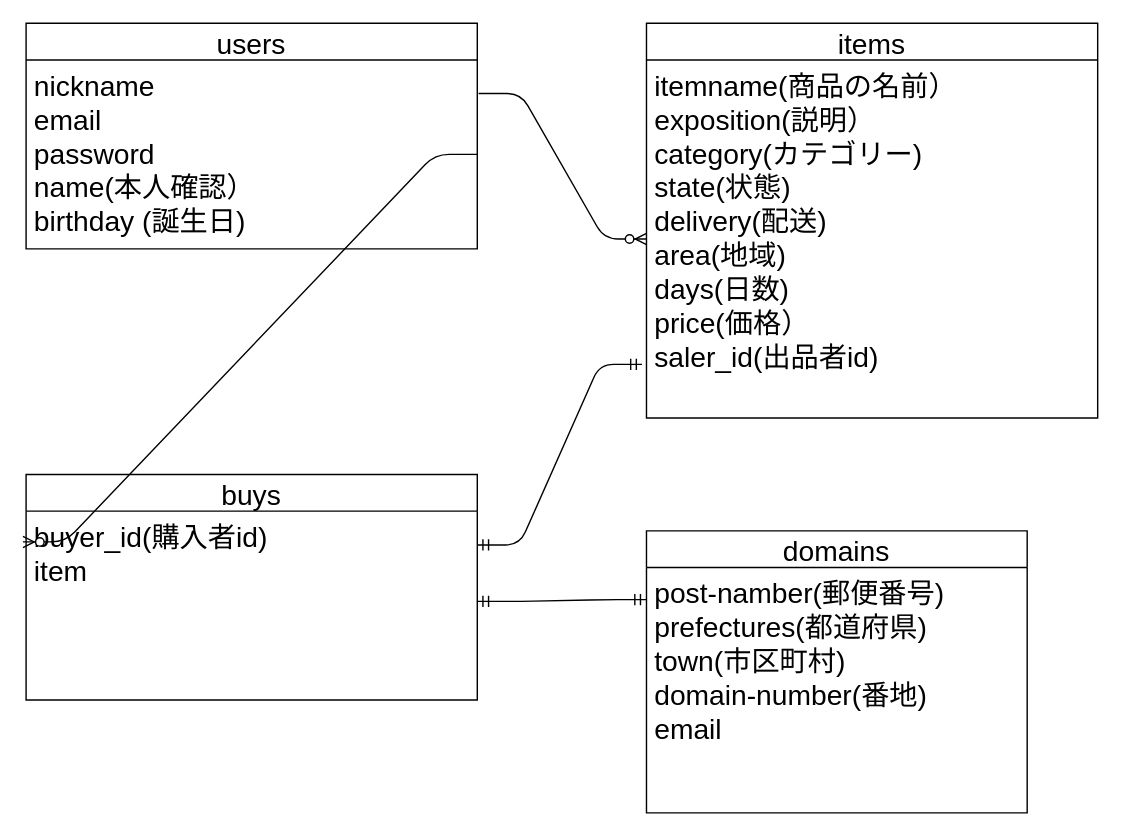
This is test.dio from satotech-prog/furima-31098, a draw.io file, before an edit. Source tidied: cells renumbered, new cells numbered last; positions are measured from the earlier drawing's top-left corner, leaving out a move shared by most shapes. Both pictures are drawn from the tidied source at 141%, with x=0, y=0 at pixel (25, 23).
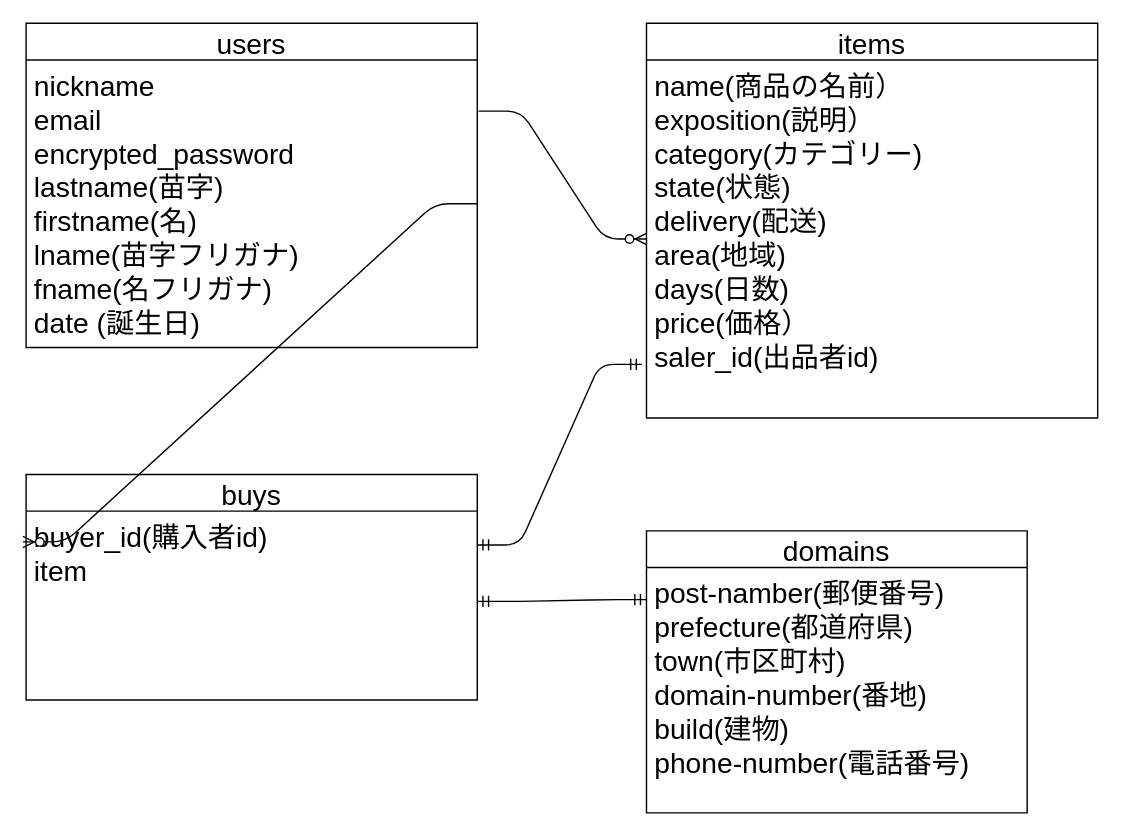
Above is the later version.

Commit message (it also covers changes not shown here):
データベース修正

The edit, as a diff of the source:
```diff
@@
 <mxGraphModel>
   <root>
     <mxCell id="0" />
     <mxCell id="1" parent="0" />
     <mxCell id="2" value="users" style="swimlane;fontStyle=0;horizontal=1;startSize=26;align=center;fontSize=20;" parent="1" vertex="1">
-      <mxGeometry width="320" height="160" as="geometry" />
+      <mxGeometry width="320" height="230" as="geometry" />
     </mxCell>
-    <mxCell id="3" value="nickname&#10;email&#10;password&#10;name(本人確認）&#10;birthday (誕生日)&#10;" style="text;strokeColor=none;fillColor=none;spacingLeft=4;spacingRight=4;overflow=hidden;points=[[0,0.5],[1,0.5]];portConstraint=eastwest;fontSize=20;" parent="2" vertex="1">
-      <mxGeometry y="26" width="320" height="134" as="geometry" />
+    <mxCell id="3" value="nickname&#10;email&#10;encrypted_password&#10;lastname(苗字)&#10;firstname(名)&#10;lname(苗字フリガナ)&#10;fname(名フリガナ)&#10;date (誕生日)&#10;" style="text;strokeColor=none;fillColor=none;spacingLeft=4;spacingRight=4;overflow=hidden;points=[[0,0.5],[1,0.5]];portConstraint=eastwest;fontSize=20;" parent="2" vertex="1">
+      <mxGeometry y="26" width="320" height="204" as="geometry" />
     </mxCell>
     <mxCell id="4" value="items" style="swimlane;fontStyle=0;horizontal=1;startSize=26;align=center;fontSize=20;" parent="1" vertex="1">
       <mxGeometry x="440" width="320" height="280" as="geometry" />
     </mxCell>
-    <mxCell id="5" value="itemname(商品の名前）&#10;exposition(説明）&#10;category(カテゴリー)&#10;state(状態)&#10;delivery(配送)&#10;area(地域)&#10;days(日数)&#10;price(価格）&#10;saler_id(出品者id)" style="text;strokeColor=none;fillColor=none;spacingLeft=4;spacingRight=4;overflow=hidden;points=[[0,0.5],[1,0.5]];portConstraint=eastwest;fontSize=20;" parent="4" vertex="1">
+    <mxCell id="5" value="name(商品の名前）&#10;exposition(説明）&#10;category(カテゴリー)&#10;state(状態)&#10;delivery(配送)&#10;area(地域)&#10;days(日数)&#10;price(価格）&#10;saler_id(出品者id)" style="text;strokeColor=none;fillColor=none;spacingLeft=4;spacingRight=4;overflow=hidden;points=[[0,0.5],[1,0.5]];portConstraint=eastwest;fontSize=20;" parent="4" vertex="1">
       <mxGeometry y="26" width="320" height="254" as="geometry" />
     </mxCell>
     <mxCell id="6" value="buys" style="swimlane;fontStyle=0;horizontal=1;startSize=26;align=center;fontSize=20;" parent="1" vertex="1">
       <mxGeometry y="320" width="320" height="160" as="geometry" />
     </mxCell>
     <mxCell id="7" value="buyer_id(購入者id)&#10;item&#10;" style="text;strokeColor=none;fillColor=none;spacingLeft=4;spacingRight=4;overflow=hidden;points=[[0,0.5],[1,0.5]];portConstraint=eastwest;fontSize=20;" parent="6" vertex="1">
       <mxGeometry y="26" width="320" height="134" as="geometry" />
     </mxCell>
     <mxCell id="8" value="domains" style="swimlane;fontStyle=0;horizontal=1;startSize=26;align=center;fontSize=20;" parent="1" vertex="1">
       <mxGeometry x="440" y="360" width="270" height="200" as="geometry" />
     </mxCell>
-    <mxCell id="9" value="post-namber(郵便番号)&#10;prefectures(都道府県)&#10;town(市区町村)&#10;domain-number(番地)&#10;email" style="text;strokeColor=none;fillColor=none;spacingLeft=4;spacingRight=4;overflow=hidden;points=[[0,0.5],[1,0.5]];portConstraint=eastwest;fontSize=20;" parent="8" vertex="1">
+    <mxCell id="9" value="post-namber(郵便番号)&#10;prefecture(都道府県)&#10;town(市区町村)&#10;domain-number(番地)&#10;build(建物)&#10;phone-number(電話番号)" style="text;strokeColor=none;fillColor=none;spacingLeft=4;spacingRight=4;overflow=hidden;points=[[0,0.5],[1,0.5]];portConstraint=eastwest;fontSize=20;" parent="8" vertex="1">
       <mxGeometry y="26" width="270" height="174" as="geometry" />
     </mxCell>
     <mxCell id="10" style="edgeStyle=entityRelationEdgeStyle;fontSize=12;html=1;endArrow=ERmandOne;startArrow=ERmandOne;entryX=-0.001;entryY=0.131;entryDx=0;entryDy=0;entryPerimeter=0;" parent="1" edge="1" target="9">
       <mxGeometry relative="1" as="geometry">
         <mxPoint x="320" y="410" as="sourcePoint" />
       </mxGeometry>
     </mxCell>
     <mxCell id="11" style="edgeStyle=entityRelationEdgeStyle;fontSize=12;html=1;endArrow=ERzeroToMany;endFill=1;exitX=1.003;exitY=0.178;exitDx=0;exitDy=0;exitPerimeter=0;" parent="1" edge="1" source="3" target="5">
       <mxGeometry relative="1" as="geometry" />
     </mxCell>
     <mxCell id="12" style="edgeStyle=entityRelationEdgeStyle;fontSize=12;html=1;endArrow=ERzeroToMany;endFill=1;entryX=-0.007;entryY=0.163;entryDx=0;entryDy=0;entryPerimeter=0;exitX=1;exitY=0.5;exitDx=0;exitDy=0;" parent="1" edge="1" source="3" target="7">
       <mxGeometry relative="1" as="geometry" />
     </mxCell>
     <mxCell id="13" style="edgeStyle=entityRelationEdgeStyle;fontSize=12;html=1;endArrow=ERmandOne;startArrow=ERmandOne;entryX=-0.01;entryY=0.85;entryDx=0;entryDy=0;entryPerimeter=0;" parent="1" edge="1" target="5">
       <mxGeometry relative="1" as="geometry">
         <mxPoint x="320" y="370" as="sourcePoint" />
       </mxGeometry>
     </mxCell>
   </root>
 </mxGraphModel>
```
